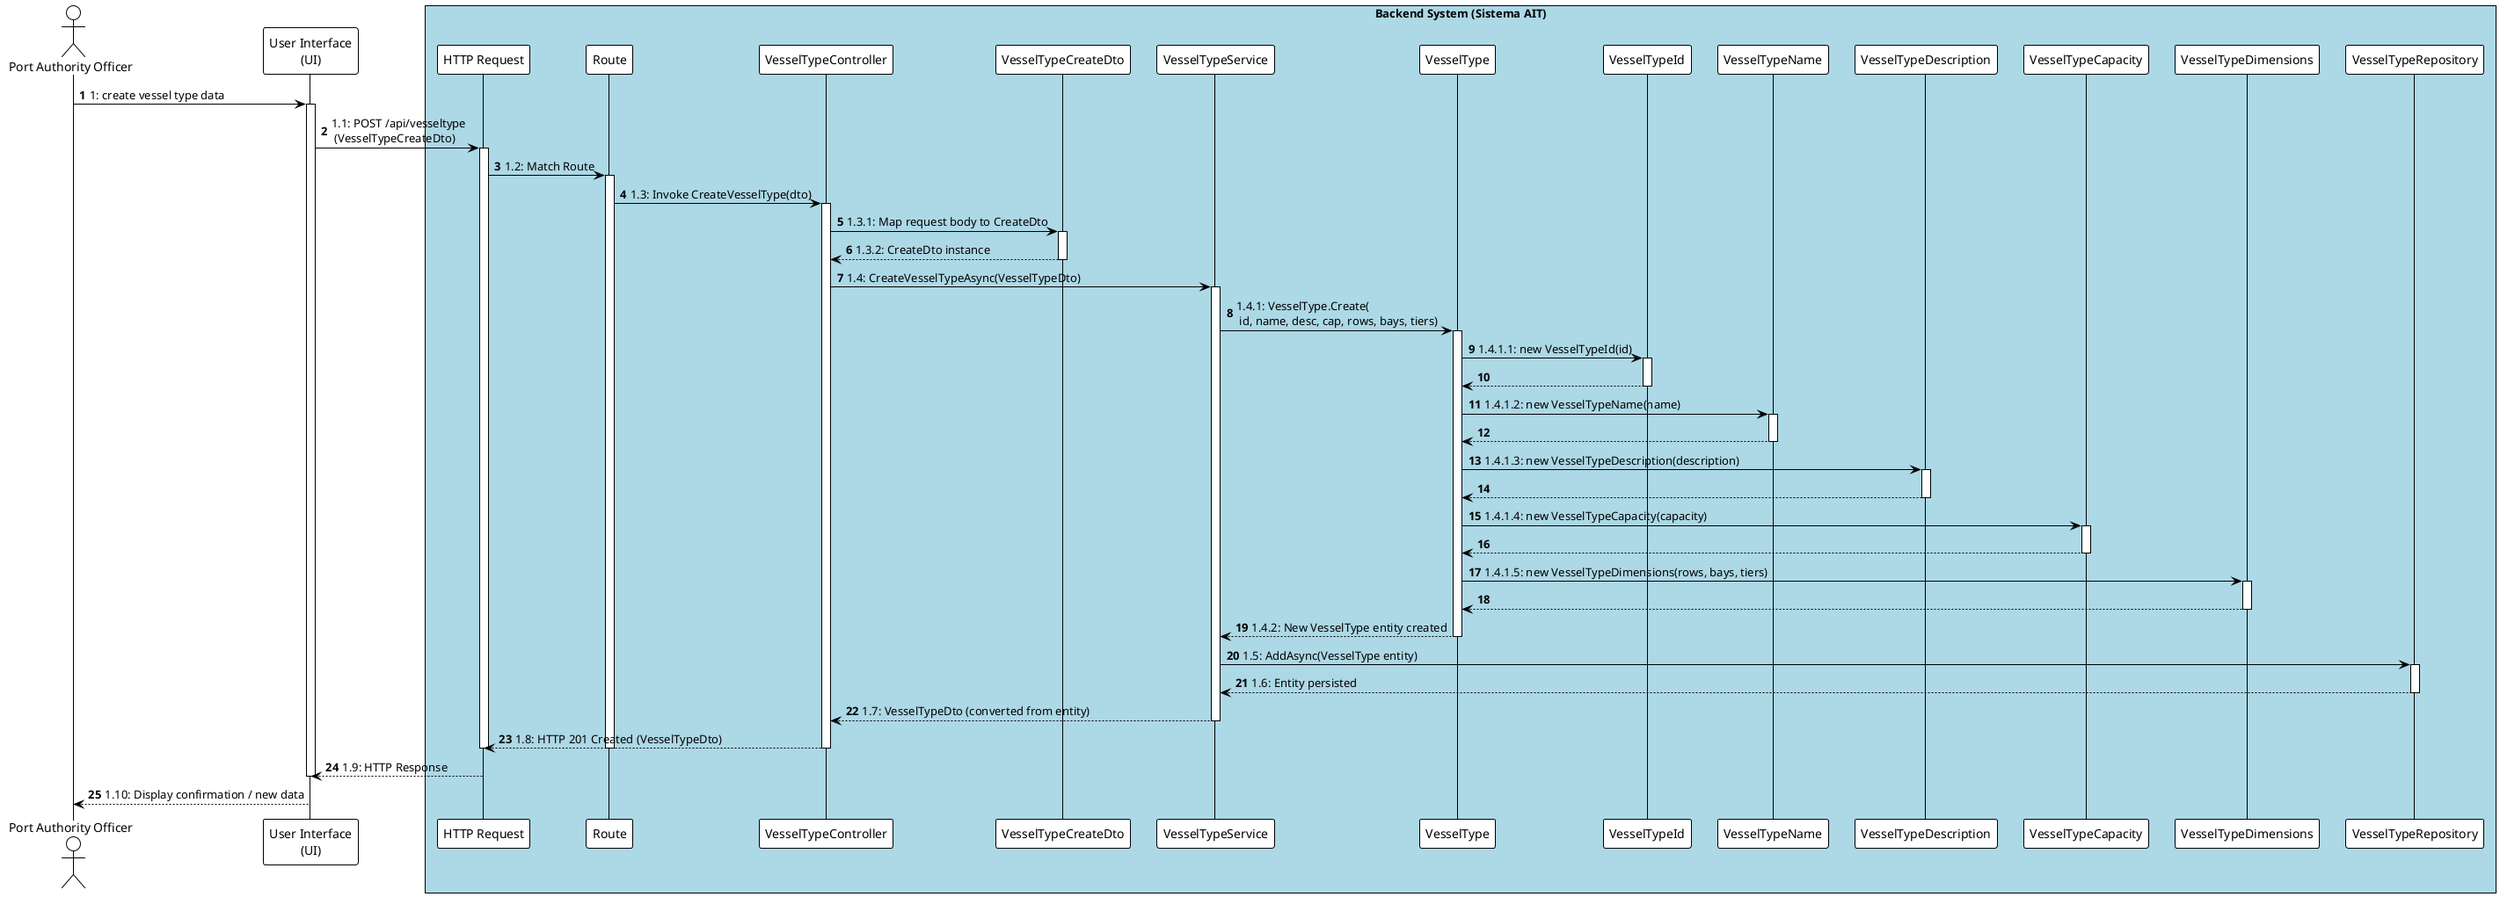
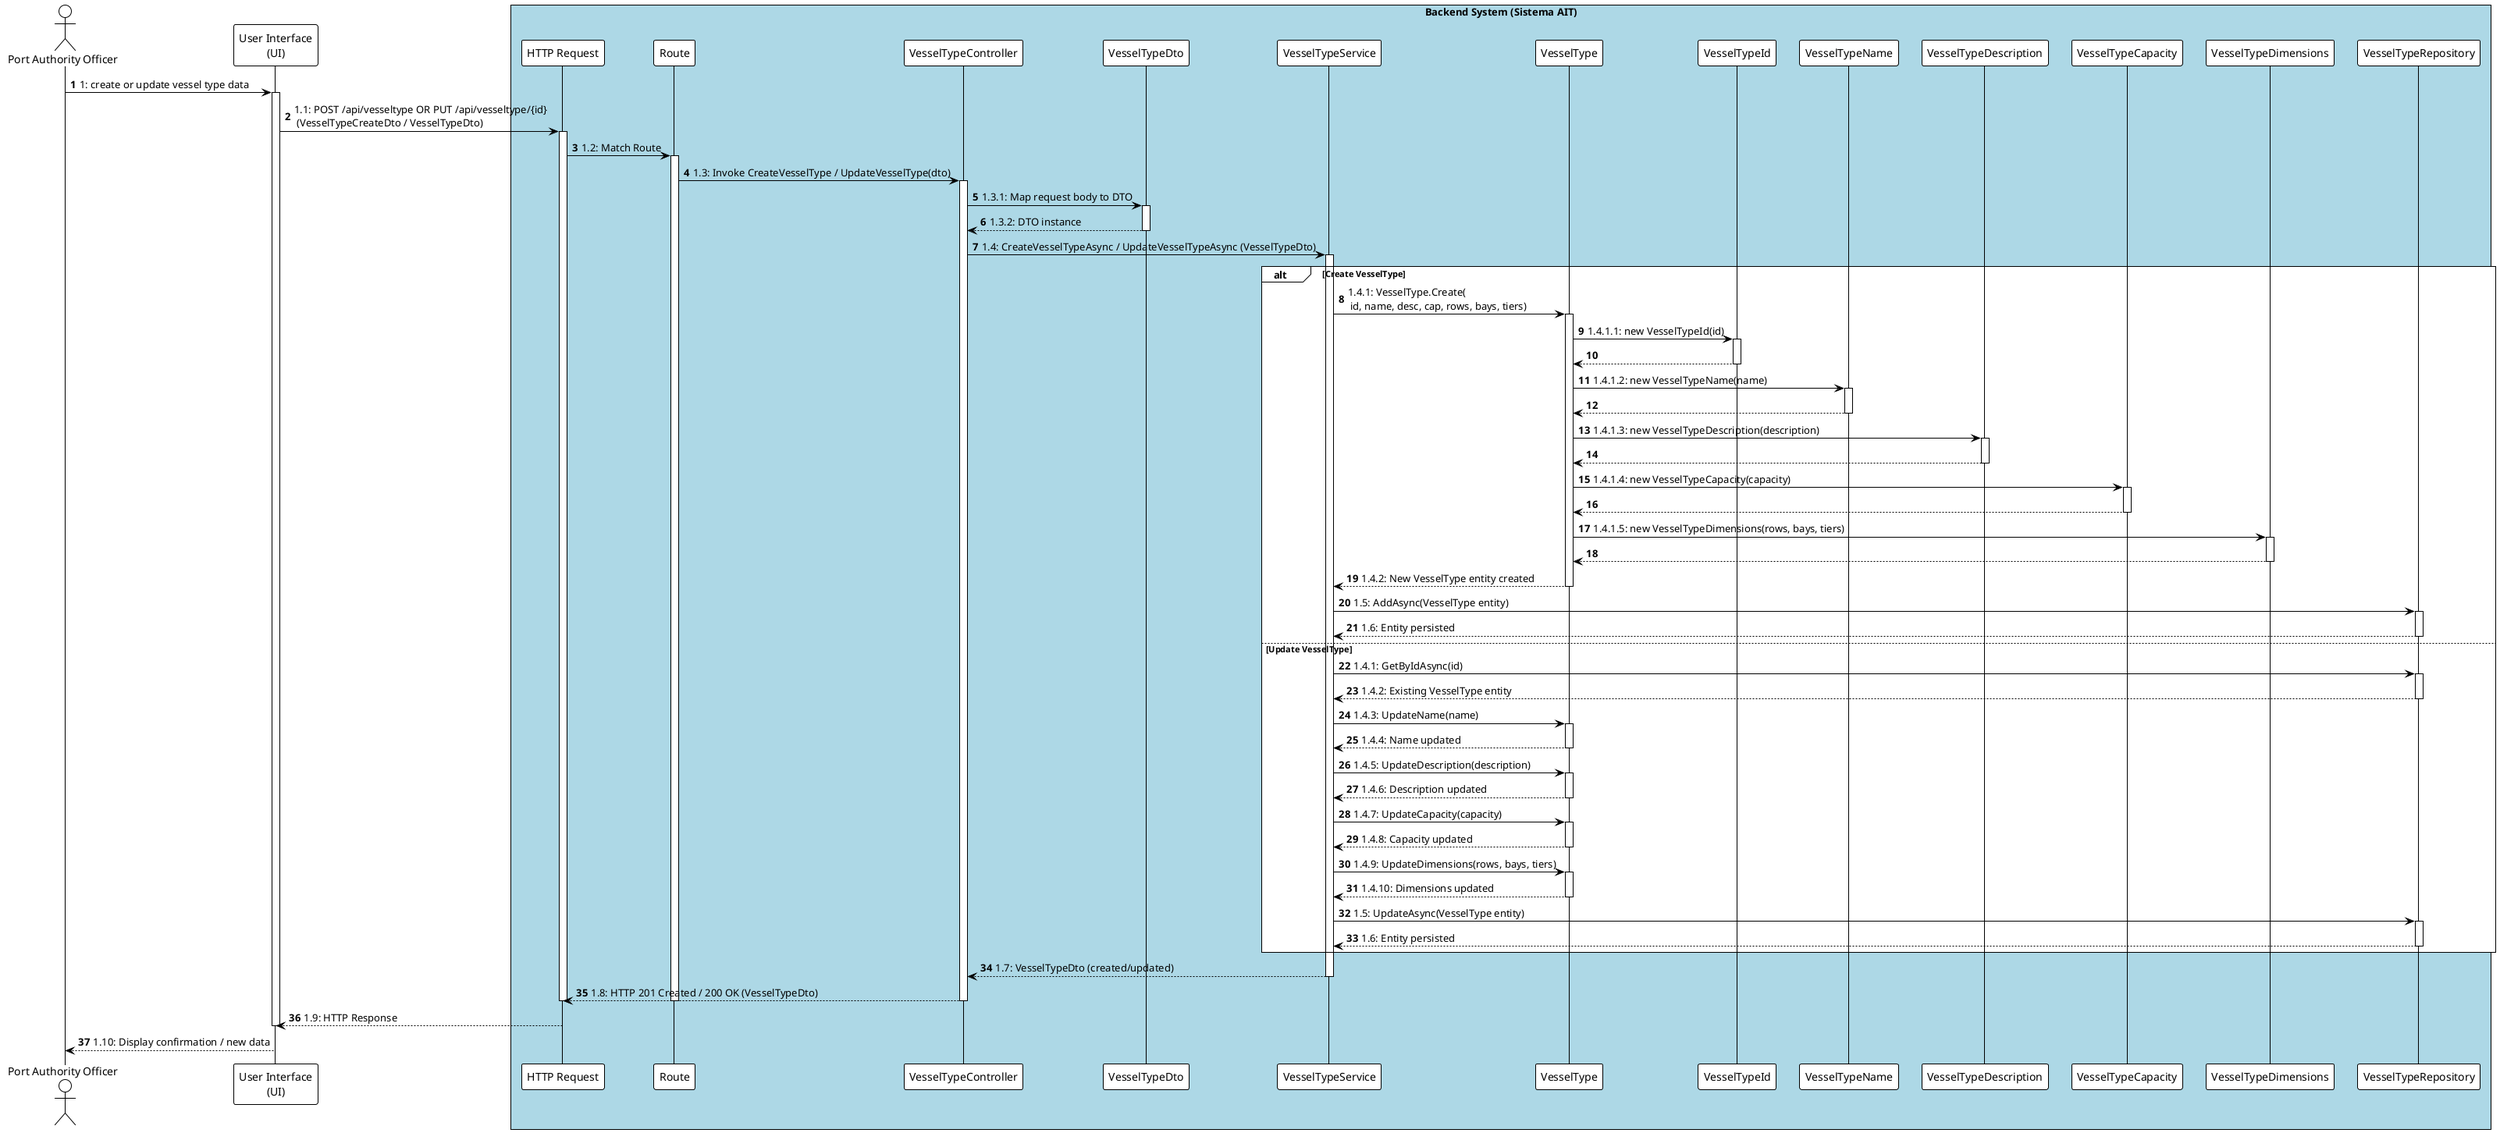
@startuml
!theme plain
autonumber

actor "Port Authority Officer" as Officer
participant "User Interface\n(UI)" as UI
box "Backend System (Sistema AIT)" #LightBlue
    participant "HTTP Request" as HttpRequest
    participant "Route" as Route
    participant "VesselTypeController" as Controller
-     participant "VesselTypeCreateDto" as CreateDto
+     participant "VesselTypeDto" as Dto
    participant "VesselTypeService" as ServiceImpl
    participant "VesselType" as DomainEntity
    participant "VesselTypeId" as EntityId
    participant "VesselTypeName" as NameVO
    participant "VesselTypeDescription" as DescVO
    participant "VesselTypeCapacity" as CapacityVO
    participant "VesselTypeDimensions" as DimensionsVO
    participant "VesselTypeRepository" as RepoImpl
end box

- Officer -> UI : 1: create vessel type data
+ Officer -> UI : 1: create or update vessel type data
activate UI

- UI -> HttpRequest : 1.1: POST /api/vesseltype \n (VesselTypeCreateDto)
+ UI -> HttpRequest : 1.1: POST /api/vesseltype OR PUT /api/vesseltype/{id} \n (VesselTypeCreateDto / VesselTypeDto)
activate HttpRequest
HttpRequest -> Route : 1.2: Match Route
activate Route
- Route -> Controller : 1.3: Invoke CreateVesselType(dto)
+ Route -> Controller : 1.3: Invoke CreateVesselType / UpdateVesselType(dto)
activate Controller

- Controller -> CreateDto : 1.3.1: Map request body to CreateDto
- activate CreateDto
- CreateDto --> Controller : 1.3.2: CreateDto instance
- deactivate CreateDto
+ Controller -> Dto : 1.3.1: Map request body to DTO
+ activate Dto
+ Dto --> Controller : 1.3.2: DTO instance
+ deactivate Dto

- Controller -> ServiceImpl : 1.4: CreateVesselTypeAsync(VesselTypeDto)
+ Controller -> ServiceImpl : 1.4: CreateVesselTypeAsync / UpdateVesselTypeAsync (VesselTypeDto)
activate ServiceImpl

- ' ** Detalhe do ServiceImpl criando a entidade de domínio **
- ServiceImpl -> DomainEntity : 1.4.1: VesselType.Create(\n id, name, desc, cap, rows, bays, tiers)
- activate DomainEntity
+ alt Create VesselType
+     ' ** Detalhe do fluxo de criação **
+     ServiceImpl -> DomainEntity : 1.4.1: VesselType.Create(\n id, name, desc, cap, rows, bays, tiers)
+     activate DomainEntity

- DomainEntity -> EntityId : 1.4.1.1: new VesselTypeId(id)
- activate EntityId
- EntityId --> DomainEntity
- deactivate EntityId
+     DomainEntity -> EntityId : 1.4.1.1: new VesselTypeId(id)
+     activate EntityId
+     EntityId --> DomainEntity
+     deactivate EntityId

- DomainEntity -> NameVO : 1.4.1.2: new VesselTypeName(name)
- activate NameVO
- NameVO --> DomainEntity
- deactivate NameVO
+     DomainEntity -> NameVO : 1.4.1.2: new VesselTypeName(name)
+     activate NameVO
+     NameVO --> DomainEntity
+     deactivate NameVO

- DomainEntity -> DescVO : 1.4.1.3: new VesselTypeDescription(description)
- activate DescVO
- DescVO --> DomainEntity
- deactivate DescVO
+     DomainEntity -> DescVO : 1.4.1.3: new VesselTypeDescription(description)
+     activate DescVO
+     DescVO --> DomainEntity
+     deactivate DescVO

- DomainEntity -> CapacityVO : 1.4.1.4: new VesselTypeCapacity(capacity)
- activate CapacityVO
- CapacityVO --> DomainEntity
- deactivate CapacityVO
+     DomainEntity -> CapacityVO : 1.4.1.4: new VesselTypeCapacity(capacity)
+     activate CapacityVO
+     CapacityVO --> DomainEntity
+     deactivate CapacityVO

- DomainEntity -> DimensionsVO : 1.4.1.5: new VesselTypeDimensions(rows, bays, tiers)
- activate DimensionsVO
- DimensionsVO --> DomainEntity
- deactivate DimensionsVO
+     DomainEntity -> DimensionsVO : 1.4.1.5: new VesselTypeDimensions(rows, bays, tiers)
+     activate DimensionsVO
+     DimensionsVO --> DomainEntity
+     deactivate DimensionsVO

- DomainEntity --> ServiceImpl : 1.4.2: New VesselType entity created
- deactivate DomainEntity
+     DomainEntity --> ServiceImpl : 1.4.2: New VesselType entity created
+     deactivate DomainEntity

- ' ** Detalhe do ServiceImpl interagindo com o Repository **
- ServiceImpl -> RepoImpl : 1.5: AddAsync(VesselType entity)
- activate RepoImpl
+     ServiceImpl -> RepoImpl : 1.5: AddAsync(VesselType entity)
+     activate RepoImpl
+     RepoImpl --> ServiceImpl : 1.6: Entity persisted
+     deactivate RepoImpl
+ else Update VesselType
+     ' ** Detalhe do fluxo de atualização **
+     ServiceImpl -> RepoImpl : 1.4.1: GetByIdAsync(id)
+     activate RepoImpl
+     RepoImpl --> ServiceImpl : 1.4.2: Existing VesselType entity
+     deactivate RepoImpl

+     ServiceImpl -> DomainEntity : 1.4.3: UpdateName(name)
+     activate DomainEntity
+     DomainEntity --> ServiceImpl : 1.4.4: Name updated
+     deactivate DomainEntity

+     ServiceImpl -> DomainEntity : 1.4.5: UpdateDescription(description)
+     activate DomainEntity
+     DomainEntity --> ServiceImpl : 1.4.6: Description updated
+     deactivate DomainEntity

- RepoImpl --> ServiceImpl : 1.6: Entity persisted
- deactivate RepoImpl
+     ServiceImpl -> DomainEntity : 1.4.7: UpdateCapacity(capacity)
+     activate DomainEntity
+     DomainEntity --> ServiceImpl : 1.4.8: Capacity updated
+     deactivate DomainEntity

- ServiceImpl --> Controller : 1.7: VesselTypeDto (converted from entity)
+     ServiceImpl -> DomainEntity : 1.4.9: UpdateDimensions(rows, bays, tiers)
+     activate DomainEntity
+     DomainEntity --> ServiceImpl : 1.4.10: Dimensions updated
+     deactivate DomainEntity
+ 
+     ServiceImpl -> RepoImpl : 1.5: UpdateAsync(VesselType entity)
+     activate RepoImpl
+     RepoImpl --> ServiceImpl : 1.6: Entity persisted
+     deactivate RepoImpl
+ end
+ 
+ ServiceImpl --> Controller : 1.7: VesselTypeDto (created/updated)
deactivate ServiceImpl

- Controller --> HttpRequest : 1.8: HTTP 201 Created (VesselTypeDto)
+ Controller --> HttpRequest : 1.8: HTTP 201 Created / 200 OK (VesselTypeDto)
deactivate Controller
deactivate Route
deactivate HttpRequest

HttpRequest --> UI : 1.9: HTTP Response
deactivate UI

UI --> Officer : 1.10: Display confirmation / new data

@enduml